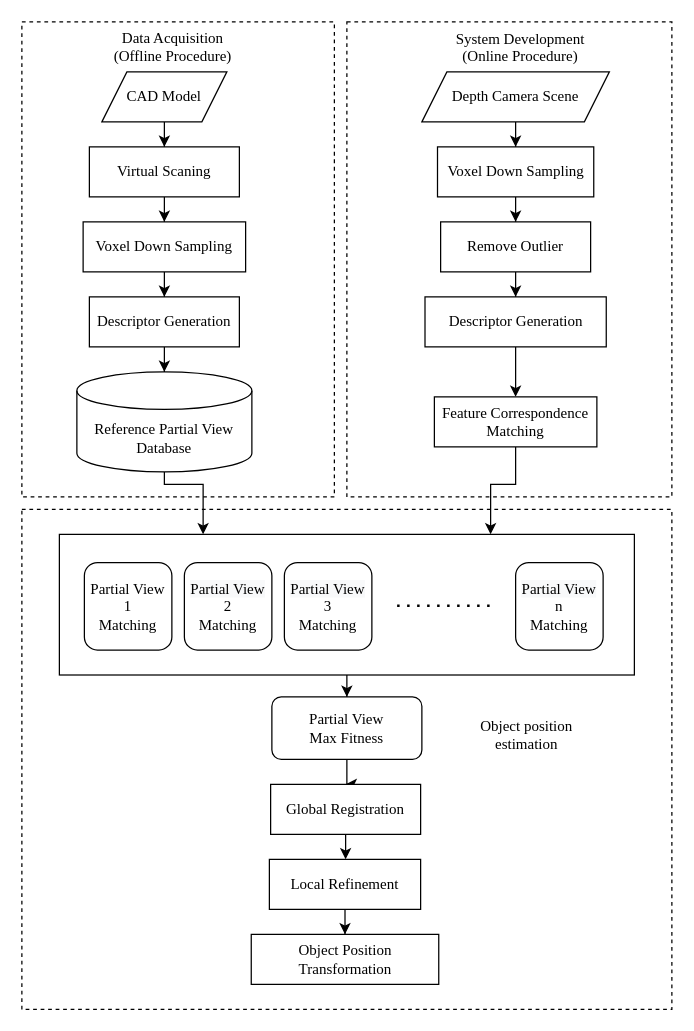
Earlier version of the draw.io diagram Flowchart.drawio (thantham-ky/Bin-Picking_PointCloud). Source tidied: cells renumbered, new cells numbered last; positions are measured from the earlier drawing's top-left corner, leaving out a move shared by most shapes. Both pictures are drawn from the tidied source at 125%, with x=0, y=0 at pixel (21, 21).
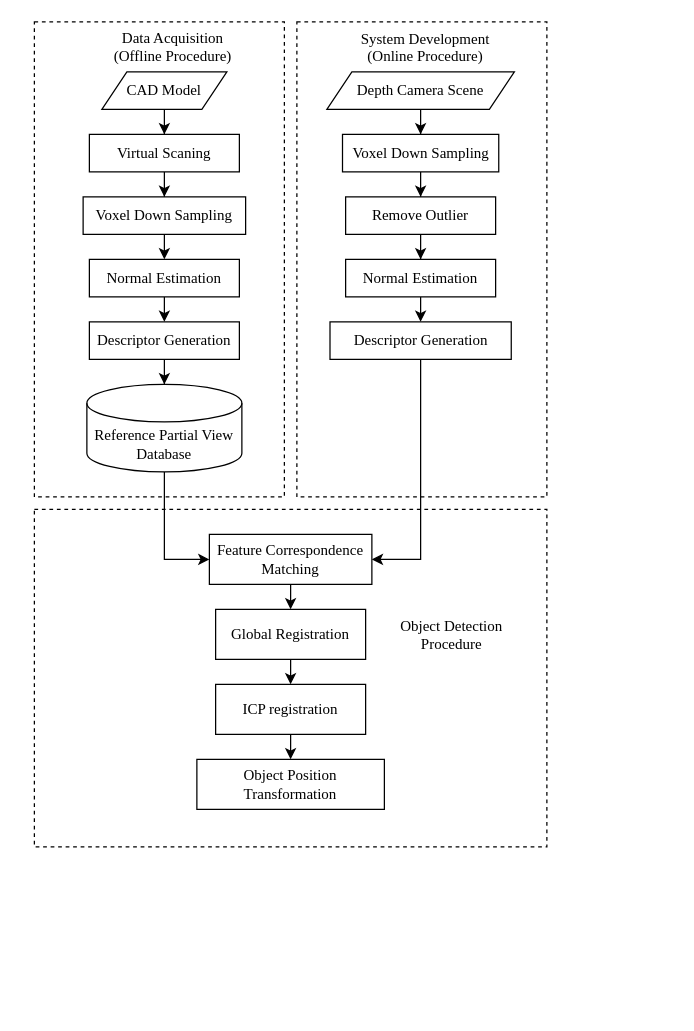
The same diagram, later.

Diff of the diagram source:
```diff
@@
     <mxCell id="2" style="rounded=0;whiteSpace=wrap;html=1;fontFamily=Times New Roman;fontSize=12;align=center;fillColor=none;dashed=1;" parent="1" vertex="1">
-      <mxGeometry width="250" height="380" as="geometry" />
+      <mxGeometry x="10" width="200" height="380" as="geometry" />
     </mxCell>
     <mxCell id="3" style="rounded=0;whiteSpace=wrap;html=1;fontFamily=Times New Roman;fontSize=12;align=center;fillColor=none;dashed=1;" parent="1" vertex="1">
-      <mxGeometry x="260" width="260" height="380" as="geometry" />
+      <mxGeometry x="220" width="200" height="380" as="geometry" />
     </mxCell>
     <mxCell id="4" style="rounded=0;whiteSpace=wrap;html=1;fontFamily=Times New Roman;fontSize=12;align=center;fillColor=none;dashed=1;" parent="1" vertex="1">
-      <mxGeometry y="390" width="520" height="400" as="geometry" />
+      <mxGeometry x="10" y="390" width="410" height="270" as="geometry" />
     </mxCell>
@@
     <mxCell id="7" value="CAD Model" style="shape=parallelogram;perimeter=parallelogramPerimeter;whiteSpace=wrap;html=1;fixedSize=1;fontSize=12;align=center;fontFamily=Times New Roman;" parent="1" vertex="1">
-      <mxGeometry x="64" y="40" width="100" height="40" as="geometry" />
+      <mxGeometry x="64" y="40" width="100" height="30" as="geometry" />
     </mxCell>
@@
     <mxCell id="9" value="Virtual Scaning" style="rounded=0;whiteSpace=wrap;html=1;fontSize=12;align=center;fontFamily=Times New Roman;" parent="1" vertex="1">
-      <mxGeometry x="54" y="100" width="120" height="40" as="geometry" />
+      <mxGeometry x="54" y="90" width="120" height="30" as="geometry" />
     </mxCell>
-    <mxCell id="10" style="edgeStyle=orthogonalEdgeStyle;rounded=0;jettySize=auto;html=1;fontFamily=Times New Roman;fontSize=12;entryX=0.5;entryY=0;entryDx=0;entryDy=0;" parent="1" edge="1" source="11" target="13">
-      <mxGeometry relative="1" as="geometry" />
-    </mxCell>
+    <mxCell id="43" style="edgeStyle=orthogonalEdgeStyle;rounded=0;jettySize=auto;html=1;exitX=0.5;exitY=1;exitDx=0;exitDy=0;entryX=0.5;entryY=0;entryDx=0;entryDy=0;" parent="1" edge="1" source="11" target="50">
+      <mxGeometry relative="1" as="geometry" />
+    </mxCell>
     <mxCell id="11" value="Voxel Down Sampling" style="rounded=0;whiteSpace=wrap;html=1;fontSize=12;align=center;fontFamily=Times New Roman;" parent="1" vertex="1">
-      <mxGeometry x="49" y="160" width="130" height="40" as="geometry" />
+      <mxGeometry x="49" y="140" width="130" height="30" as="geometry" />
     </mxCell>
@@
     <mxCell id="13" value="Descriptor Generation" style="rounded=0;whiteSpace=wrap;html=1;fontSize=12;align=center;fontFamily=Times New Roman;" parent="1" vertex="1">
-      <mxGeometry x="54" y="220" width="120" height="40" as="geometry" />
+      <mxGeometry x="54" y="240" width="120" height="30" as="geometry" />
     </mxCell>
-    <mxCell id="14" style="edgeStyle=orthogonalEdgeStyle;rounded=0;jettySize=auto;html=1;entryX=0.25;entryY=0;entryDx=0;entryDy=0;fontFamily=Times New Roman;fontSize=12;exitX=0.5;exitY=1;exitDx=0;exitDy=0;exitPerimeter=0;" parent="1" edge="1" source="15" target="28">
-      <mxGeometry relative="1" as="geometry">
-        <Array as="points">
-          <mxPoint x="114" y="370" />
-          <mxPoint x="145" y="370" />
-        </Array>
-      </mxGeometry>
-    </mxCell>
+    <mxCell id="44" style="edgeStyle=orthogonalEdgeStyle;rounded=0;jettySize=auto;html=1;exitX=0.5;exitY=1;exitDx=0;exitDy=0;exitPerimeter=0;entryX=0;entryY=0.5;entryDx=0;entryDy=0;" parent="1" edge="1" source="15" target="26">
+      <mxGeometry relative="1" as="geometry" />
+    </mxCell>
     <mxCell id="15" value="Reference Partial View&lt;br style=&quot;font-size: 12px;&quot;&gt;Database" style="shape=cylinder3;whiteSpace=wrap;html=1;boundedLbl=1;backgroundOutline=1;size=15;fontSize=12;align=center;fontFamily=Times New Roman;" parent="1" vertex="1">
-      <mxGeometry x="44" y="280" width="140" height="80" as="geometry" />
+      <mxGeometry x="52" y="290" width="124" height="70" as="geometry" />
     </mxCell>
     <mxCell id="16" value="System Development&#10;(Online Procedure)" style="text;whiteSpace=wrap;fontSize=12;fontFamily=Times New Roman;align=center;" parent="1" vertex="1">
-      <mxGeometry x="335" width="127.5" height="40" as="geometry" />
+      <mxGeometry x="259" width="127.5" height="40" as="geometry" />
     </mxCell>
@@
     <mxCell id="18" value="Depth Camera Scene" style="shape=parallelogram;perimeter=parallelogramPerimeter;whiteSpace=wrap;html=1;fixedSize=1;fontSize=12;align=center;fontFamily=Times New Roman;" parent="1" vertex="1">
-      <mxGeometry x="320" y="40" width="150" height="40" as="geometry" />
+      <mxGeometry x="244" y="40" width="150" height="30" as="geometry" />
     </mxCell>
@@
     <mxCell id="20" value="Voxel Down Sampling" style="rounded=0;whiteSpace=wrap;html=1;fontSize=12;align=center;fontFamily=Times New Roman;" parent="1" vertex="1">
-      <mxGeometry x="332.5" y="100" width="125" height="40" as="geometry" />
+      <mxGeometry x="256.5" y="90" width="125" height="30" as="geometry" />
     </mxCell>
-    <mxCell id="21" style="edgeStyle=orthogonalEdgeStyle;rounded=0;jettySize=auto;html=1;entryX=0.5;entryY=0;entryDx=0;entryDy=0;fontFamily=Times New Roman;fontSize=12;" parent="1" edge="1" source="22" target="24">
+    <mxCell id="21" style="edgeStyle=orthogonalEdgeStyle;rounded=0;jettySize=auto;html=1;fontFamily=Times New Roman;fontSize=12;entryX=0.5;entryY=0;entryDx=0;entryDy=0;" parent="1" edge="1" source="22" target="48">
       <mxGeometry relative="1" as="geometry" />
     </mxCell>
     <mxCell id="22" value="Remove Outlier" style="rounded=0;whiteSpace=wrap;html=1;fontSize=12;align=center;fontFamily=Times New Roman;" parent="1" vertex="1">
-      <mxGeometry x="335" y="160" width="120" height="40" as="geometry" />
+      <mxGeometry x="259" y="140" width="120" height="30" as="geometry" />
     </mxCell>
-    <mxCell id="23" style="edgeStyle=orthogonalEdgeStyle;rounded=0;jettySize=auto;html=1;entryX=0.5;entryY=0;entryDx=0;entryDy=0;fontFamily=Times New Roman;fontSize=12;" parent="1" edge="1" source="24" target="26">
+    <mxCell id="23" style="edgeStyle=orthogonalEdgeStyle;rounded=0;jettySize=auto;html=1;exitX=0.5;exitY=1;exitDx=0;exitDy=0;entryX=1;entryY=0.5;entryDx=0;entryDy=0;" parent="1" edge="1" source="24" target="26">
       <mxGeometry relative="1" as="geometry" />
     </mxCell>
     <mxCell id="24" value="Descriptor Generation" style="rounded=0;whiteSpace=wrap;html=1;fontSize=12;align=center;fontFamily=Times New Roman;" parent="1" vertex="1">
-      <mxGeometry x="322.5" y="220" width="145" height="40" as="geometry" />
+      <mxGeometry x="246.5" y="240" width="145" height="30" as="geometry" />
     </mxCell>
-    <mxCell id="25" style="edgeStyle=orthogonalEdgeStyle;rounded=0;jettySize=auto;html=1;exitX=0.5;exitY=1;exitDx=0;exitDy=0;entryX=0.75;entryY=0;entryDx=0;entryDy=0;fontFamily=Times New Roman;fontSize=12;" parent="1" edge="1" source="26" target="28">
-      <mxGeometry relative="1" as="geometry">
-        <Array as="points">
-          <mxPoint x="395" y="370" />
-          <mxPoint x="375" y="370" />
-        </Array>
-      </mxGeometry>
-    </mxCell>
+    <mxCell id="45" style="edgeStyle=orthogonalEdgeStyle;rounded=0;jettySize=auto;html=1;exitX=0.5;exitY=1;exitDx=0;exitDy=0;entryX=0.5;entryY=0;entryDx=0;entryDy=0;" parent="1" edge="1" source="26" target="52">
+      <mxGeometry relative="1" as="geometry" />
+    </mxCell>
     <mxCell id="26" value="Feature Correspondence&lt;br style=&quot;font-size: 12px;&quot;&gt;Matching" style="rounded=0;whiteSpace=wrap;html=1;fontSize=12;align=center;fontFamily=Times New Roman;" parent="1" vertex="1">
-      <mxGeometry x="330" y="300" width="130" height="40" as="geometry" />
+      <mxGeometry x="150" y="410" width="130" height="40" as="geometry" />
     </mxCell>
-    <mxCell id="27" style="edgeStyle=orthogonalEdgeStyle;rounded=0;jettySize=auto;html=1;entryX=0.5;entryY=0;entryDx=0;entryDy=0;fontFamily=Times New Roman;fontSize=12;" parent="1" edge="1" source="28" target="35">
-      <mxGeometry relative="1" as="geometry" />
-    </mxCell>
-    <mxCell id="28" style="rounded=0;whiteSpace=wrap;html=1;fontSize=12;align=center;fontFamily=Times New Roman;" parent="1" vertex="1">
-      <mxGeometry x="30" y="410" width="460" height="112.5" as="geometry" />
-    </mxCell>
-    <mxCell id="29" value="Partial View&lt;br style=&quot;font-size: 12px&quot;&gt;1&lt;br&gt;Matching" style="rounded=1;whiteSpace=wrap;html=1;fontSize=12;align=center;fontFamily=Times New Roman;" parent="1" vertex="1">
-      <mxGeometry x="50" y="432.5" width="70" height="70" as="geometry" />
-    </mxCell>
-    <mxCell id="30" value="&lt;span style=&quot;color: rgb(0 , 0 , 0) ; font-size: 12px ; font-style: normal ; font-weight: 400 ; letter-spacing: normal ; text-align: center ; text-indent: 0px ; text-transform: none ; word-spacing: 0px ; background-color: rgb(248 , 249 , 250) ; display: inline ; float: none&quot;&gt;Partial View&lt;/span&gt;&lt;br style=&quot;font-size: 12px&quot;&gt;3&lt;br&gt;Matching" style="rounded=1;whiteSpace=wrap;html=1;fontSize=12;align=center;fontFamily=Times New Roman;" parent="1" vertex="1">
-      <mxGeometry x="210" y="432.5" width="70" height="70" as="geometry" />
-    </mxCell>
-    <mxCell id="31" value="&lt;span style=&quot;color: rgb(0 , 0 , 0) ; font-size: 12px ; font-style: normal ; font-weight: 400 ; letter-spacing: normal ; text-align: center ; text-indent: 0px ; text-transform: none ; word-spacing: 0px ; background-color: rgb(248 , 249 , 250) ; display: inline ; float: none&quot;&gt;Partial View&lt;br style=&quot;font-size: 12px&quot;&gt;&lt;/span&gt;2&lt;br&gt;Matching" style="rounded=1;whiteSpace=wrap;html=1;fontSize=12;align=center;verticalAlign=middle;fontFamily=Times New Roman;" parent="1" vertex="1">
-      <mxGeometry x="130" y="432.5" width="70" height="70" as="geometry" />
-    </mxCell>
-    <mxCell id="32" value="&lt;span style=&quot;color: rgb(0 , 0 , 0) ; font-size: 12px ; font-style: normal ; font-weight: 400 ; letter-spacing: normal ; text-align: center ; text-indent: 0px ; text-transform: none ; word-spacing: 0px ; background-color: rgb(248 , 249 , 250) ; display: inline ; float: none&quot;&gt;Partial View&lt;br style=&quot;font-size: 12px&quot;&gt;&lt;/span&gt;n&lt;br&gt;Matching" style="rounded=1;whiteSpace=wrap;html=1;fontSize=12;align=center;fontFamily=Times New Roman;" parent="1" vertex="1">
-      <mxGeometry x="395" y="432.5" width="70" height="70" as="geometry" />
-    </mxCell>
-    <mxCell id="33" style="endArrow=none;dashed=1;html=1;dashPattern=1 3;strokeWidth=2;fontSize=12;entryX=0.783;entryY=0.75;entryDx=0;entryDy=0;entryPerimeter=0;fontFamily=Times New Roman;" parent="1" edge="1">
-      <mxGeometry relative="1" as="geometry">
-        <mxPoint x="300.2" y="467" as="sourcePoint" />
-        <mxPoint x="380" y="467" as="targetPoint" />
-      </mxGeometry>
-    </mxCell>
-    <mxCell id="34" style="edgeStyle=orthogonalEdgeStyle;rounded=0;jettySize=auto;html=1;entryX=0.5;entryY=0;entryDx=0;entryDy=0;fontFamily=Times New Roman;fontSize=12;" parent="1" edge="1" source="35" target="37">
-      <mxGeometry relative="1" as="geometry" />
-    </mxCell>
-    <mxCell id="35" value="Partial View&lt;br style=&quot;font-size: 12px;&quot;&gt;Max Fitness" style="rounded=1;whiteSpace=wrap;html=1;fontSize=12;align=center;fontFamily=Times New Roman;" parent="1" vertex="1">
-      <mxGeometry x="200" y="540" width="120" height="50" as="geometry" />
-    </mxCell>
-    <mxCell id="36" style="edgeStyle=orthogonalEdgeStyle;rounded=0;jettySize=auto;html=1;entryX=0.5;entryY=0;entryDx=0;entryDy=0;fontFamily=Times New Roman;fontSize=12;" parent="1" edge="1" source="37" target="39">
-      <mxGeometry relative="1" as="geometry" />
-    </mxCell>
+    <mxCell id="46" style="edgeStyle=orthogonalEdgeStyle;rounded=0;jettySize=auto;html=1;exitX=0.5;exitY=1;exitDx=0;exitDy=0;entryX=0.5;entryY=0;entryDx=0;entryDy=0;" parent="1" edge="1" source="37" target="40">
+      <mxGeometry relative="1" as="geometry" />
+    </mxCell>
-    <mxCell id="37" value="Global Registration" style="rounded=0;whiteSpace=wrap;html=1;fontSize=12;align=center;fontFamily=Times New Roman;" parent="1" vertex="1">
-      <mxGeometry x="199" y="610" width="120" height="40" as="geometry" />
+    <mxCell id="37" value="ICP registration" style="rounded=0;whiteSpace=wrap;html=1;fontSize=12;align=center;fontFamily=Times New Roman;" parent="1" vertex="1">
+      <mxGeometry x="155" y="530" width="120" height="40" as="geometry" />
     </mxCell>
-    <mxCell id="38" style="edgeStyle=orthogonalEdgeStyle;rounded=0;jettySize=auto;html=1;entryX=0.5;entryY=0;entryDx=0;entryDy=0;fontFamily=Times New Roman;fontSize=12;" parent="1" edge="1" source="39" target="40">
-      <mxGeometry relative="1" as="geometry" />
-    </mxCell>
-    <mxCell id="39" value="Local Refinement" style="rounded=0;whiteSpace=wrap;html=1;fontSize=12;align=center;fontFamily=Times New Roman;" parent="1" vertex="1">
-      <mxGeometry x="198" y="670" width="121" height="40" as="geometry" />
-    </mxCell>
     <mxCell id="40" value="Object Position Transformation" style="rounded=0;whiteSpace=wrap;html=1;fontSize=12;align=center;fontFamily=Times New Roman;" parent="1" vertex="1">
-      <mxGeometry x="183.5" y="730" width="150" height="40" as="geometry" />
+      <mxGeometry x="140" y="590" width="150" height="40" as="geometry" />
     </mxCell>
@@
-    <mxCell id="42" value="Object position estimation" style="text;whiteSpace=wrap;fontSize=12;fontFamily=Times New Roman;align=center;" parent="1" vertex="1">
-      <mxGeometry x="340" y="550" width="127.5" height="40" as="geometry" />
-    </mxCell>
+    <mxCell id="47" style="edgeStyle=orthogonalEdgeStyle;rounded=0;jettySize=auto;html=1;exitX=0.5;exitY=1;exitDx=0;exitDy=0;entryX=0.5;entryY=0;entryDx=0;entryDy=0;" parent="1" edge="1" source="48" target="24">
+      <mxGeometry relative="1" as="geometry" />
+    </mxCell>
+    <mxCell id="48" value="Normal Estimation" style="rounded=0;whiteSpace=wrap;html=1;fontSize=12;align=center;fontFamily=Times New Roman;" parent="1" vertex="1">
+      <mxGeometry x="259" y="190" width="120" height="30" as="geometry" />
+    </mxCell>
+    <mxCell id="49" style="edgeStyle=orthogonalEdgeStyle;rounded=0;jettySize=auto;html=1;exitX=0.5;exitY=1;exitDx=0;exitDy=0;entryX=0.5;entryY=0;entryDx=0;entryDy=0;" parent="1" edge="1" source="50" target="13">
+      <mxGeometry relative="1" as="geometry" />
+    </mxCell>
+    <mxCell id="50" value="Normal Estimation" style="rounded=0;whiteSpace=wrap;html=1;fontSize=12;align=center;fontFamily=Times New Roman;" parent="1" vertex="1">
+      <mxGeometry x="54" y="190" width="120" height="30" as="geometry" />
+    </mxCell>
+    <mxCell id="51" style="edgeStyle=orthogonalEdgeStyle;rounded=0;jettySize=auto;html=1;exitX=0.5;exitY=1;exitDx=0;exitDy=0;entryX=0.5;entryY=0;entryDx=0;entryDy=0;" parent="1" edge="1" source="52" target="37">
+      <mxGeometry relative="1" as="geometry" />
+    </mxCell>
+    <mxCell id="52" value="Global Registration" style="rounded=0;whiteSpace=wrap;html=1;fontSize=12;align=center;fontFamily=Times New Roman;" parent="1" vertex="1">
+      <mxGeometry x="155" y="470" width="120" height="40" as="geometry" />
+    </mxCell>
+    <mxCell id="53" value="Object Detection Procedure" style="text;whiteSpace=wrap;fontSize=12;fontFamily=Times New Roman;align=center;" parent="1" vertex="1">
+      <mxGeometry x="280" y="470" width="127.5" height="40" as="geometry" />
+    </mxCell>
```
